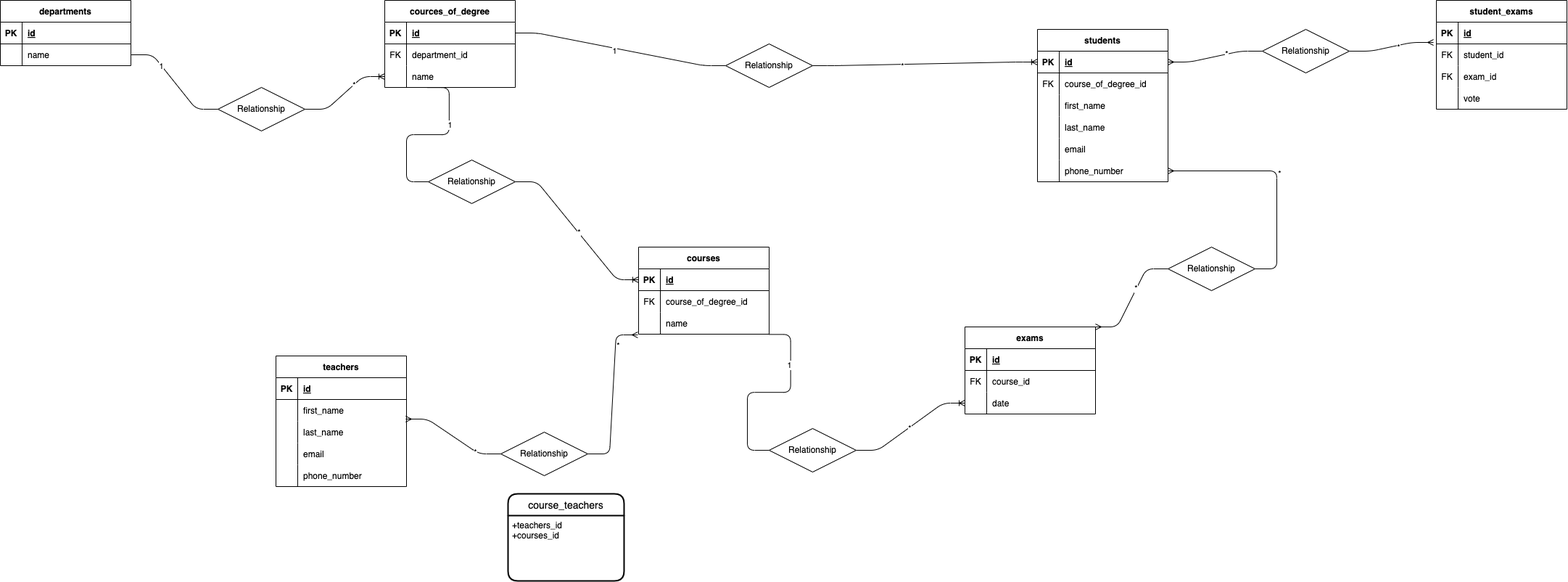
francescopiscaglia/db-university keeps this draw.io diagram as schema.png. Above is the earlier version. Source tidied: cells renumbered, new cells last; positions are measured from the earlier drawing's top-left corner, leaving out a move shared by most shapes.
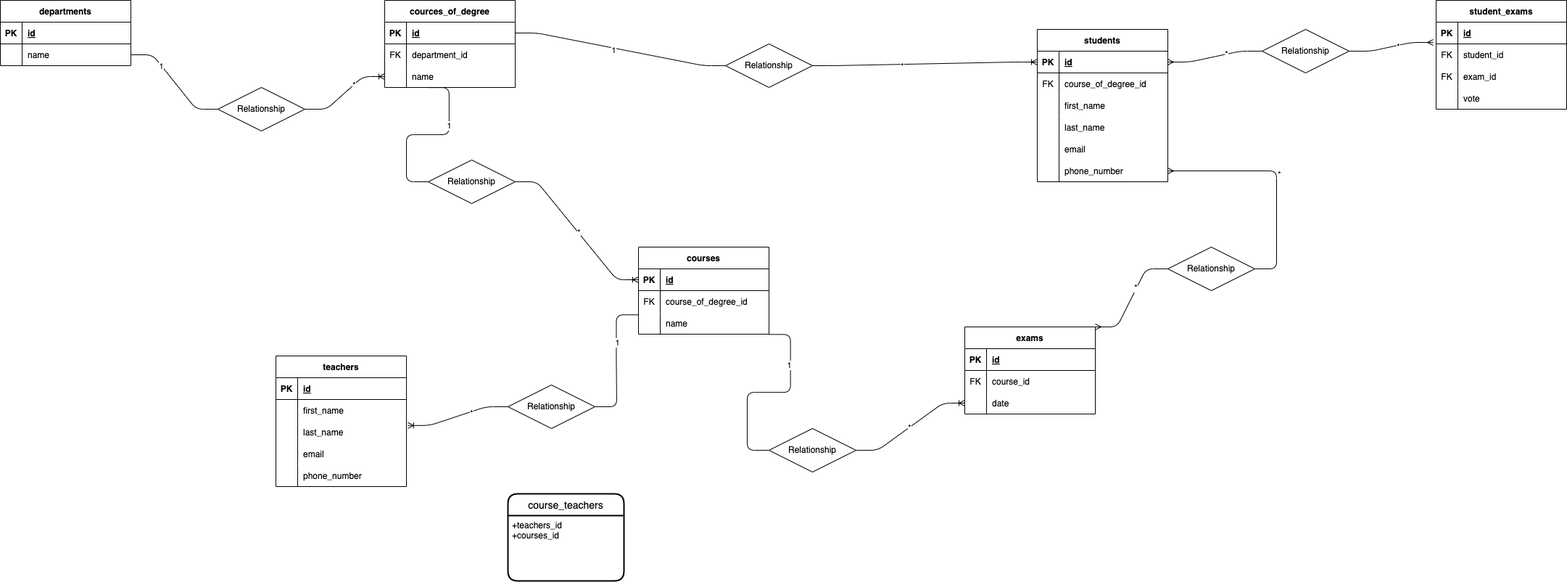
Later version of the same file.

Commit message:
fix teachers-courses relation

The edit, as a diff of the source:
```diff
@@ -287,21 +287,6 @@
     <mxCell id="96" value="Relationship" style="shape=rhombus;perimeter=rhombusPerimeter;whiteSpace=wrap;html=1;align=center;" parent="1" vertex="1">
       <mxGeometry x="590" y="220" width="120" height="60" as="geometry" />
     </mxCell>
-    <mxCell id="97" style="edgeStyle=entityRelationEdgeStyle;fontSize=12;html=1;endArrow=ERmany;startArrow=none;exitX=1;exitY=0.5;exitDx=0;exitDy=0;entryX=-0.006;entryY=1.033;entryDx=0;entryDy=0;entryPerimeter=0;" parent="1" edge="1" source="101" target="26">
-      <mxGeometry relative="1" as="geometry" />
-    </mxCell>
-    <mxCell id="98" value="*" style="edgeLabel;html=1;align=center;verticalAlign=middle;" parent="97" vertex="1">
-      <mxGeometry x="0.6" y="-3" relative="1" as="geometry" />
-    </mxCell>
-    <mxCell id="99" style="edgeStyle=entityRelationEdgeStyle;fontSize=12;html=1;endArrow=none;startArrow=ERmany;exitX=0.994;exitY=-0.1;exitDx=0;exitDy=0;exitPerimeter=0;entryX=0;entryY=0.5;entryDx=0;entryDy=0;" parent="1" edge="1" source="36" target="101">
-      <mxGeometry relative="1" as="geometry" />
-    </mxCell>
-    <mxCell id="100" value="*" style="edgeLabel;html=1;align=center;verticalAlign=middle;" parent="99" vertex="1">
-      <mxGeometry x="0.51" y="-1" relative="1" as="geometry" />
-    </mxCell>
-    <mxCell id="101" value="Relationship" style="shape=rhombus;perimeter=rhombusPerimeter;whiteSpace=wrap;html=1;align=center;" parent="1" vertex="1">
-      <mxGeometry x="690" y="595" width="120" height="60" as="geometry" />
-    </mxCell>
     <mxCell id="102" style="edgeStyle=entityRelationEdgeStyle;fontSize=12;html=1;endArrow=ERoneToMany;entryX=0;entryY=0.5;entryDx=0;entryDy=0;exitX=1;exitY=0.5;exitDx=0;exitDy=0;startArrow=none;" parent="1" edge="1" source="106" target="52">
       <mxGeometry relative="1" as="geometry" />
     </mxCell>
@@ -372,5 +357,22 @@
     <mxCell id="123" value="+teachers_id&#10;+courses_id" style="align=left;strokeColor=none;fillColor=none;spacingLeft=4;fontSize=12;verticalAlign=top;" parent="122" vertex="1">
       <mxGeometry y="30" width="160" height="90" as="geometry" />
     </mxCell>
+    <mxCell id="124" style="edgeStyle=entityRelationEdgeStyle;fontSize=12;html=1;endArrow=ERoneToMany;entryX=1.011;entryY=0.194;entryDx=0;entryDy=0;entryPerimeter=0;startArrow=none;" parent="1" edge="1" source="101" target="36">
+      <mxGeometry relative="1" as="geometry" />
+    </mxCell>
+    <mxCell id="125" value="*&lt;br&gt;" style="edgeLabel;html=1;align=center;verticalAlign=middle;" parent="124" vertex="1">
+      <mxGeometry x="-0.27" y="1" relative="1" as="geometry">
+        <mxPoint y="1" as="offset" />
+      </mxGeometry>
+    </mxCell>
+    <mxCell id="126" style="edgeStyle=entityRelationEdgeStyle;fontSize=12;html=1;endArrow=none;exitX=-0.003;exitY=0.111;exitDx=0;exitDy=0;exitPerimeter=0;" parent="1" edge="1" source="26" target="101">
+      <mxGeometry relative="1" as="geometry" />
+    </mxCell>
+    <mxCell id="127" value="1" style="edgeLabel;html=1;align=center;verticalAlign=middle;" parent="126" vertex="1">
+      <mxGeometry x="-0.27" y="1" relative="1" as="geometry" />
+    </mxCell>
+    <mxCell id="101" value="Relationship" style="shape=rhombus;perimeter=rhombusPerimeter;whiteSpace=wrap;html=1;align=center;" parent="1" vertex="1">
+      <mxGeometry x="700" y="530" width="120" height="60" as="geometry" />
+    </mxCell>
   </root>
 </mxGraphModel>
```
